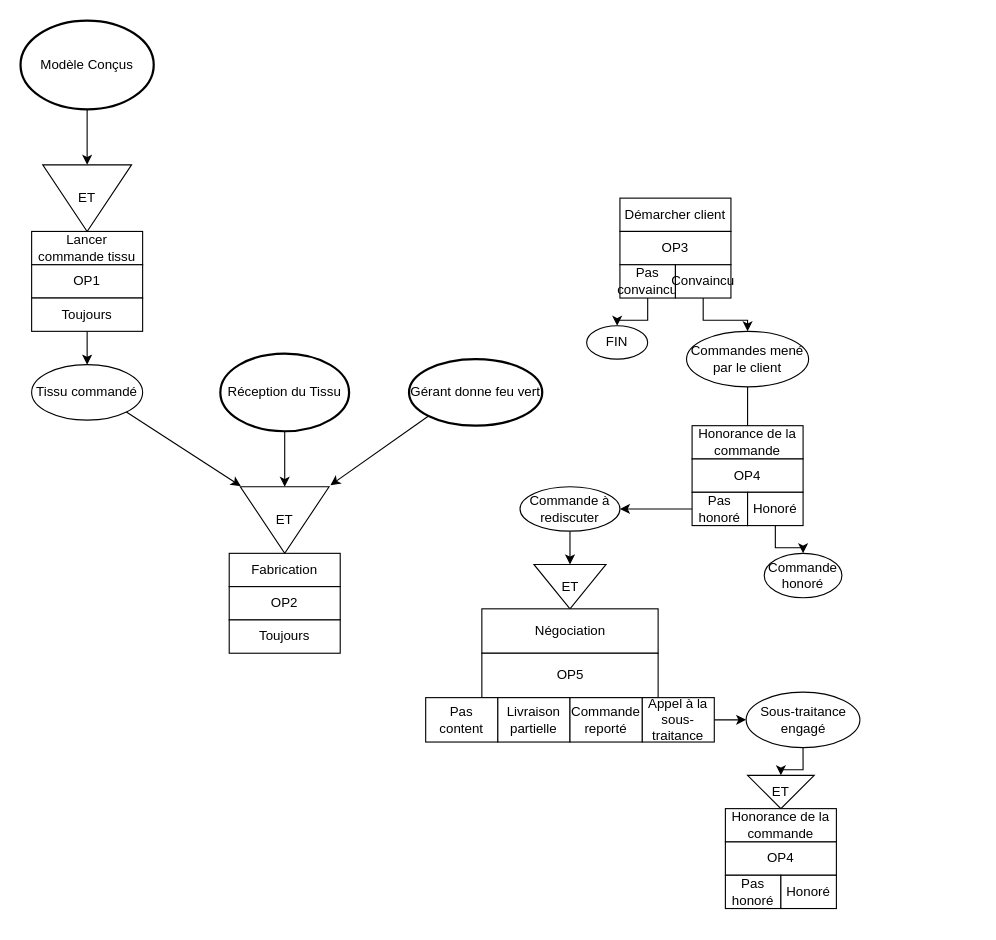
Above: TD1.drawio in GwendalBesnard/Merise (draw.io), before the change. Source tidied: cells renumbered, new cells numbered last; positions are measured from the earlier drawing's top-left corner, leaving out a move shared by most shapes. Both pictures are drawn from the tidied source at 111%, with x=0, y=0 at pixel (20, 20).
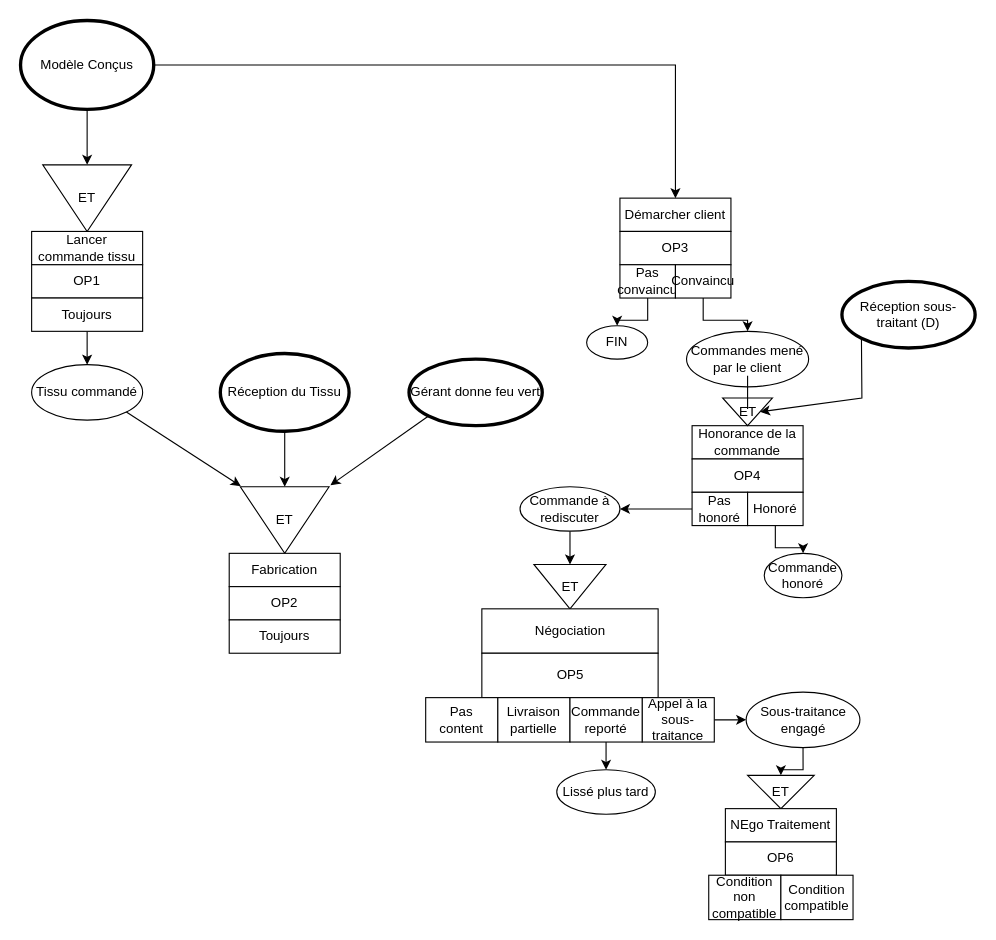
Above is the later version.

The change refers to these unchanged cells:
```xml
<mxCell id="19" value="Démarcher client" style="rounded=0;whiteSpace=wrap;html=1;strokeWidth=1;" parent="1" vertex="1">
  <mxGeometry x="540" y="160" width="100" height="30" as="geometry" />
</mxCell>
<mxCell id="27" value="Commandes mené par le client" style="ellipse;whiteSpace=wrap;html=1;strokeWidth=1;" parent="1" vertex="1">
  <mxGeometry x="600" y="280" width="110" height="50" as="geometry" />
</mxCell>
<mxCell id="33" value="Honoré" style="rounded=0;whiteSpace=wrap;html=1;strokeWidth=1;" parent="1" vertex="1">
  <mxGeometry x="655" y="425" width="50" height="30" as="geometry" />
</mxCell>
<mxCell id="44" value="Commande reporté" style="rounded=0;whiteSpace=wrap;html=1;strokeWidth=1;" parent="1" vertex="1">
  <mxGeometry x="495" y="610" width="65" height="40" as="geometry" />
</mxCell>
```

The edit, as a diff of the source:
```diff
@@
-    <mxCell id="3" value="Modèle Conçus" style="ellipse;whiteSpace=wrap;html=1;strokeWidth=2;" parent="1" vertex="1">
+    <mxCell id="3" value="Modèle Conçus" style="ellipse;whiteSpace=wrap;html=1;strokeWidth=3;" parent="1" vertex="1">
       <mxGeometry width="120" height="80" as="geometry" />
     </mxCell>
@@
-    <mxCell id="11" value="Réception du Tissu" style="ellipse;whiteSpace=wrap;html=1;strokeWidth=2;" parent="1" vertex="1">
+    <mxCell id="11" value="Réception du Tissu" style="ellipse;whiteSpace=wrap;html=1;strokeWidth=3;" parent="1" vertex="1">
       <mxGeometry x="180" y="300" width="116" height="70" as="geometry" />
     </mxCell>
-    <mxCell id="12" value="Gérant donne feu vert" style="ellipse;whiteSpace=wrap;html=1;strokeWidth=2;" parent="1" vertex="1">
+    <mxCell id="12" value="Gérant donne feu vert" style="ellipse;whiteSpace=wrap;html=1;strokeWidth=3;" parent="1" vertex="1">
       <mxGeometry x="350" y="305" width="120" height="60" as="geometry" />
     </mxCell>
@@
-    <mxCell id="26" style="edgeStyle=orthogonalEdgeStyle;rounded=0;jettySize=auto;html=1;" parent="1" edge="1" source="27" target="33">
+    <mxCell id="26" style="edgeStyle=orthogonalEdgeStyle;rounded=0;jettySize=auto;html=1;startArrow=none;" parent="1" edge="1" source="57" target="33">
       <mxGeometry relative="1" as="geometry" />
     </mxCell>
@@
+    <mxCell id="52" style="edgeStyle=orthogonalEdgeStyle;rounded=0;jettySize=auto;html=1;" parent="1" edge="1" source="44" target="54">
+      <mxGeometry relative="1" as="geometry" />
+    </mxCell>
@@
-    <mxCell id="48" value="Honorance de la commande" style="rounded=0;whiteSpace=wrap;html=1;strokeWidth=1;" parent="1" vertex="1">
+    <mxCell id="48" value="NEgo Traitement" style="rounded=0;whiteSpace=wrap;html=1;strokeWidth=1;" parent="1" vertex="1">
       <mxGeometry x="635" y="710" width="100" height="30" as="geometry" />
     </mxCell>
-    <mxCell id="49" value="OP4" style="rounded=0;whiteSpace=wrap;html=1;strokeWidth=1;" parent="1" vertex="1">
+    <mxCell id="49" value="OP6" style="rounded=0;whiteSpace=wrap;html=1;strokeWidth=1;" parent="1" vertex="1">
       <mxGeometry x="635" y="740" width="100" height="30" as="geometry" />
     </mxCell>
-    <mxCell id="50" value="Pas honoré" style="rounded=0;whiteSpace=wrap;html=1;strokeWidth=1;" parent="1" vertex="1">
-      <mxGeometry x="635" y="770" width="50" height="30" as="geometry" />
+    <mxCell id="50" value="Condition non compatible" style="rounded=0;whiteSpace=wrap;html=1;strokeWidth=1;" parent="1" vertex="1">
+      <mxGeometry x="620" y="770" width="65" height="40" as="geometry" />
     </mxCell>
-    <mxCell id="51" value="Honoré" style="rounded=0;whiteSpace=wrap;html=1;strokeWidth=1;" parent="1" vertex="1">
-      <mxGeometry x="685" y="770" width="50" height="30" as="geometry" />
+    <mxCell id="51" value="Condition compatible" style="rounded=0;whiteSpace=wrap;html=1;strokeWidth=1;" parent="1" vertex="1">
+      <mxGeometry x="685" y="770" width="65" height="40" as="geometry" />
     </mxCell>
+    <mxCell id="53" style="endArrow=classic;html=1;rounded=0;exitX=1;exitY=0.5;exitDx=0;exitDy=0;entryX=0.5;entryY=0;entryDx=0;entryDy=0;" parent="1" edge="1" source="3" target="19">
+      <mxGeometry relative="1" as="geometry">
+        <Array as="points">
+          <mxPoint x="590" y="40" />
+        </Array>
+      </mxGeometry>
+    </mxCell>
+    <mxCell id="54" value="Lissé plus tard" style="ellipse;whiteSpace=wrap;html=1;rounded=0;strokeWidth=1;" parent="1" vertex="1">
+      <mxGeometry x="483.1" y="675" width="88.8" height="40" as="geometry" />
+    </mxCell>
+    <mxCell id="55" value="Réception sous-traitant (D)" style="ellipse;whiteSpace=wrap;html=1;strokeWidth=3;" parent="1" vertex="1">
+      <mxGeometry x="740" y="235" width="120" height="60" as="geometry" />
+    </mxCell>
+    <mxCell id="56" style="endArrow=classic;html=1;rounded=0;exitX=0;exitY=1;exitDx=0;exitDy=0;entryX=0.5;entryY=0;entryDx=0;entryDy=0;" parent="1" edge="1" source="55" target="57">
+      <mxGeometry relative="1" as="geometry">
+        <Array as="points">
+          <mxPoint x="758" y="340" />
+        </Array>
+      </mxGeometry>
+    </mxCell>
+    <mxCell id="57" value="ET" style="triangle;whiteSpace=wrap;html=1;strokeWidth=1;direction=south;" parent="1" vertex="1">
+      <mxGeometry x="632.5" y="340" width="45" height="25" as="geometry" />
+    </mxCell>
+    <mxCell id="58" style="edgeStyle=orthogonalEdgeStyle;rounded=0;jettySize=auto;html=1;endArrow=none;" parent="1" edge="1" source="27" target="57">
+      <mxGeometry relative="1" as="geometry" />
+    </mxCell>
```
